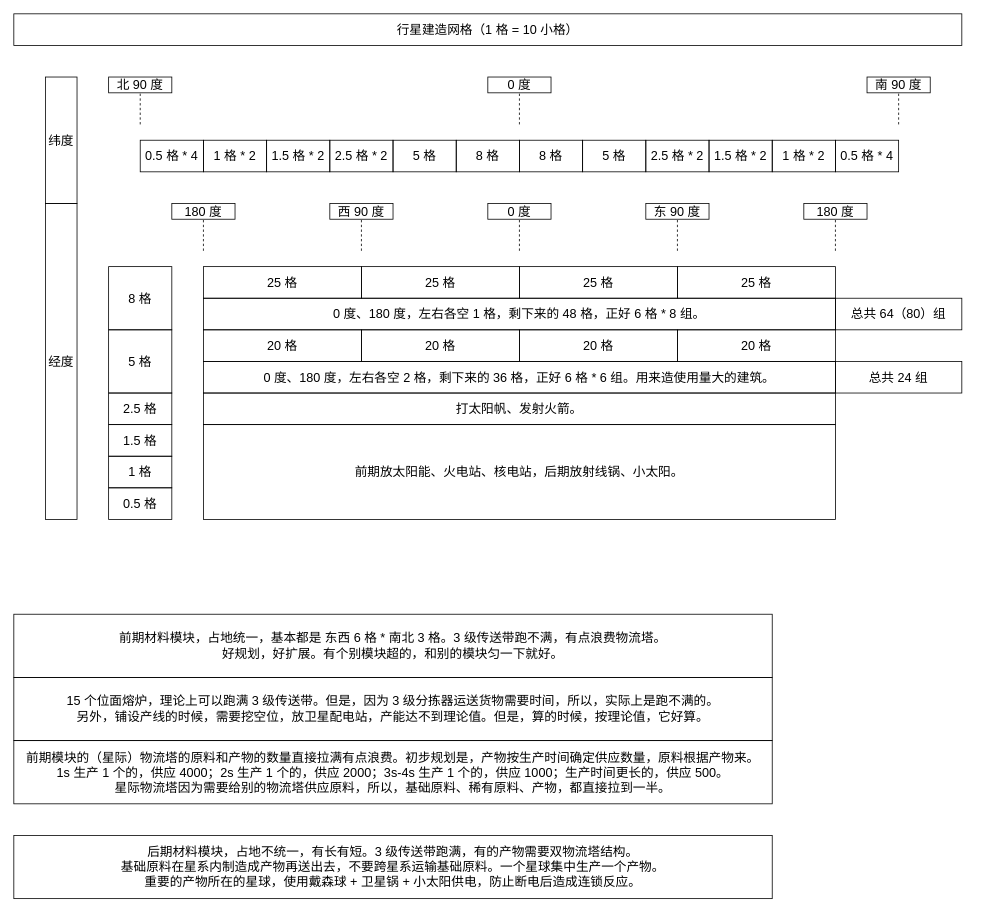
Before: drawio/game/dyson_sphere_program.drawio in KelipuTe/note, a draw.io diagram. Source tidied: cells renumbered, new cells numbered last; positions are measured from the earlier drawing's top-left corner, leaving out a move shared by most shapes. Both pictures are drawn from the tidied source at 79%, with x=0, y=0 at pixel (13, 13).
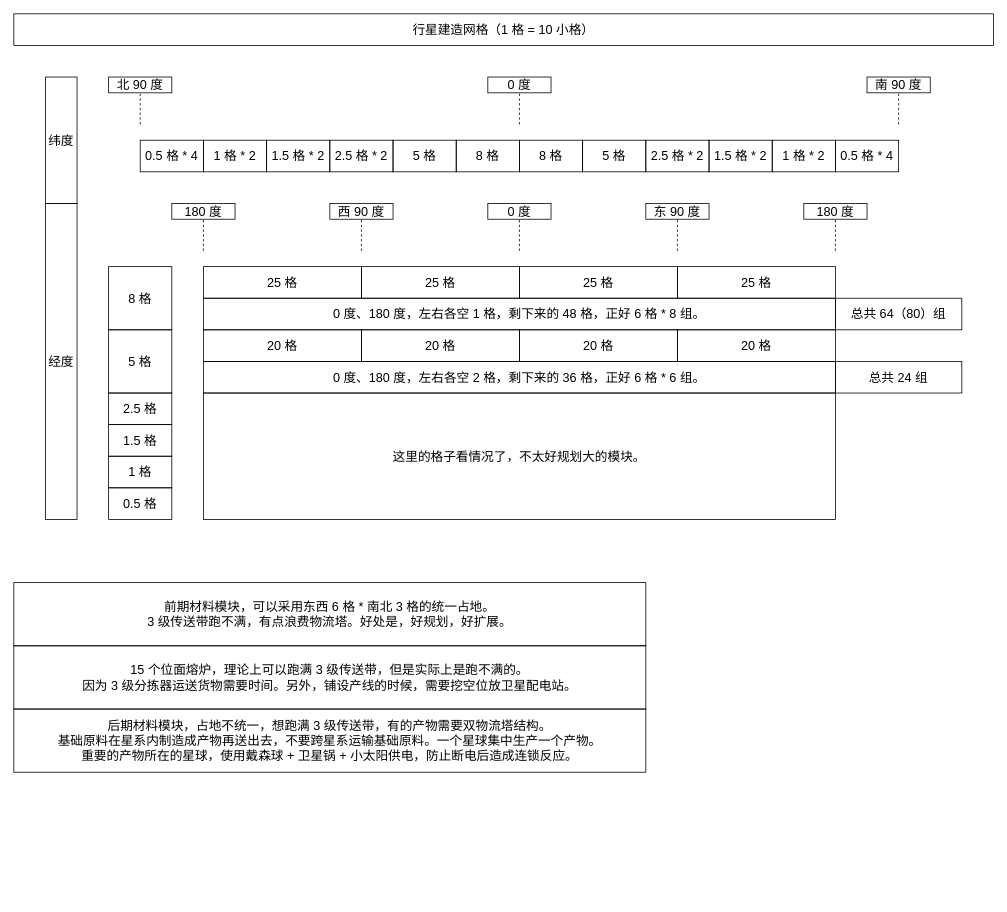
The same page after the edit.

The edit, as a diff of the source:
```diff
@@
     <mxCell id="3" value="行星建造网格（1 格 = 10 小格）" style="rounded=0;whiteSpace=wrap;html=1;fillColor=none;fontSize=16;" parent="1" vertex="1">
-      <mxGeometry width="1200" height="40" as="geometry" />
+      <mxGeometry width="1240" height="40" as="geometry" />
     </mxCell>
@@
-    <mxCell id="21" value="前期材料模块，占地统一，基本都是 东西 6 格 * 南北 3 格。3 级传送带跑不满，有点浪费物流塔。&lt;br style=&quot;font-size: 16px&quot;&gt;好规划，好扩展。有个别模块超的，和别的模块匀一下就好。" style="rounded=0;whiteSpace=wrap;html=1;fillColor=none;fontSize=16;" parent="1" vertex="1">
-      <mxGeometry y="760" width="960" height="80" as="geometry" />
+    <mxCell id="21" value="前期材料模块，可以采用东西 6 格 * 南北 3 格的统一占地。&lt;br&gt;3 级传送带跑不满，有点浪费物流塔。好处是，好规划，好扩展。" style="rounded=0;whiteSpace=wrap;html=1;fillColor=none;fontSize=16;" parent="1" vertex="1">
+      <mxGeometry y="720" width="800" height="80" as="geometry" />
     </mxCell>
@@
-    <mxCell id="35" value="前期放太阳能、火电站、核电站，后期放射线锅、小太阳。" style="rounded=0;whiteSpace=wrap;html=1;fontSize=16;fillColor=none;" parent="1" vertex="1">
-      <mxGeometry x="240" y="520" width="800" height="120" as="geometry" />
+    <mxCell id="35" value="这里的格子看情况了，不太好规划大的模块。" style="rounded=0;whiteSpace=wrap;html=1;fontSize=16;fillColor=none;" parent="1" vertex="1">
+      <mxGeometry x="240" y="480" width="800" height="160" as="geometry" />
     </mxCell>
-    <mxCell id="36" value="打太阳帆、发射火箭。" style="rounded=0;whiteSpace=wrap;html=1;fontSize=16;fillColor=none;" parent="1" vertex="1">
-      <mxGeometry x="240" y="480" width="800" height="40" as="geometry" />
-    </mxCell>
@@
-    <mxCell id="41" value="0 度、180 度，左右各空 2 格，剩下来的 36 格，正好 6 格 * 6 组。用来造使用量大的建筑。" style="rounded=0;whiteSpace=wrap;html=1;fontSize=16;fillColor=none;" parent="1" vertex="1">
+    <mxCell id="41" value="0 度、180 度，左右各空 2 格，剩下来的 36 格，正好 6 格 * 6 组。" style="rounded=0;whiteSpace=wrap;html=1;fontSize=16;fillColor=none;" parent="1" vertex="1">
       <mxGeometry x="240" y="440" width="800" height="40" as="geometry" />
     </mxCell>
-    <mxCell id="42" value="15 个位面熔炉，理论上可以跑满 3 级传送带。但是，因为 3 级分拣器运送货物需要时间，所以，实际上是跑不满的。&lt;br style=&quot;font-size: 16px;&quot;&gt;另外，铺设产线的时候，需要挖空位，放卫星配电站，产能达不到理论值。但是，算的时候，按理论值，它好算。" style="rounded=0;whiteSpace=wrap;html=1;fillColor=none;fontSize=16;" parent="1" vertex="1">
-      <mxGeometry y="840" width="960" height="80" as="geometry" />
+    <mxCell id="42" value="15 个位面熔炉，理论上可以跑满 3 级传送带，但是实际上是跑不满的。&lt;br&gt;因为 3 级分拣器运送货物需要时间。另外，铺设产线的时候，需要挖空位放卫星配电站。" style="rounded=0;whiteSpace=wrap;html=1;fillColor=none;fontSize=16;" parent="1" vertex="1">
+      <mxGeometry y="800" width="800" height="80" as="geometry" />
     </mxCell>
@@
-    <mxCell id="55" value="前期模块的（星际）物流塔的原料和产物的数量直接拉满有点浪费。初步规划是，产物按生产时间确定供应数量，原料根据产物来。&lt;br&gt;1s 生产 1 个的，供应 4000；2s 生产 1 个的，供应 2000；3s-4s 生产 1 个的，供应 1000；生产时间更长的，供应 500。&lt;br&gt;星际物流塔因为需要给别的物流塔供应原料，所以，基础原料、稀有原料、产物，都直接拉到一半。" style="rounded=0;whiteSpace=wrap;html=1;fillColor=none;fontSize=16;" parent="1" vertex="1">
-      <mxGeometry y="920" width="960" height="80" as="geometry" />
-    </mxCell>
-    <mxCell id="56" value="后期材料模块，占地不统一，有长有短。3 级传送带跑满，有的产物需要双物流塔结构。&lt;br&gt;基础原料在星系内制造成产物再送出去，不要跨星系运输基础原料。一个星球集中生产一个产物。&lt;br&gt;重要的产物所在的星球，使用戴森球 + 卫星锅 + 小太阳供电，防止断电后造成连锁反应。" style="rounded=0;whiteSpace=wrap;html=1;fillColor=none;fontSize=16;" parent="1" vertex="1">
-      <mxGeometry y="1040" width="960" height="80" as="geometry" />
+    <mxCell id="56" value="后期材料模块，占地不统一，想跑满 3 级传送带，有的产物需要双物流塔结构。&lt;br&gt;基础原料在星系内制造成产物再送出去，不要跨星系运输基础原料。一个星球集中生产一个产物。&lt;br&gt;重要的产物所在的星球，使用戴森球 + 卫星锅 + 小太阳供电，防止断电后造成连锁反应。" style="rounded=0;whiteSpace=wrap;html=1;fillColor=none;fontSize=16;" parent="1" vertex="1">
+      <mxGeometry y="880" width="800" height="80" as="geometry" />
     </mxCell>
```
